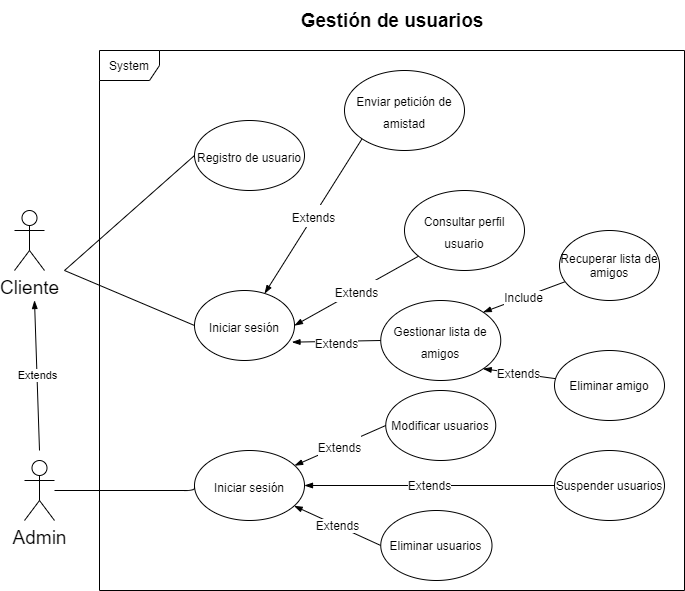
iesvi/proyecto-equipo-3 keeps this draw.io diagram as resources/DCU-gestion-usuario.png. Above is the earlier version. Source tidied: cells renumbered, new cells last; positions are measured from the earlier drawing's top-left corner, leaving out a move shared by most shapes. Source of this version:
```xml
<mxGraphModel>
  <root>
    <mxCell id="0" />
    <mxCell id="1" parent="0" />
    <mxCell id="2" value="System" style="shape=umlFrame;whiteSpace=wrap;html=1;" parent="1" vertex="1">
      <mxGeometry x="85" y="50" width="585" height="540" as="geometry" />
    </mxCell>
    <mxCell id="3" value="Gestión de usuarios" style="text;html=1;strokeColor=none;fillColor=none;align=center;verticalAlign=middle;whiteSpace=wrap;rounded=0;fontStyle=1;fontSize=19;" parent="1" vertex="1">
      <mxGeometry x="268.8" width="217.5" height="40" as="geometry" />
    </mxCell>
    <mxCell id="4" value="Cliente" style="shape=umlActor;verticalLabelPosition=bottom;verticalAlign=top;html=1;fontSize=19;" parent="1" vertex="1">
      <mxGeometry y="210" width="30" height="60" as="geometry" />
    </mxCell>
    <mxCell id="5" value="Extends" style="rounded=0;orthogonalLoop=1;jettySize=auto;html=1;endArrow=blockThin;endFill=1;endSize=6;" parent="1" edge="1">
      <mxGeometry relative="1" as="geometry">
        <mxPoint x="25" y="450" as="sourcePoint" />
        <mxPoint x="20" y="300" as="targetPoint" />
      </mxGeometry>
    </mxCell>
    <mxCell id="6" value="Admin" style="shape=umlActor;verticalLabelPosition=bottom;verticalAlign=top;html=1;outlineConnect=0;fontSize=19;" parent="1" vertex="1">
      <mxGeometry x="10" y="460" width="30" height="60" as="geometry" />
    </mxCell>
    <mxCell id="7" value="&lt;font style=&quot;font-size: 12px&quot;&gt;Registro de usuario&lt;/font&gt;" style="ellipse;whiteSpace=wrap;html=1;fontSize=19;" parent="1" vertex="1">
      <mxGeometry x="180" y="120" width="110" height="70" as="geometry" />
    </mxCell>
    <mxCell id="8" value="&lt;font style=&quot;font-size: 12px&quot;&gt;Iniciar sesión&lt;/font&gt;" style="ellipse;whiteSpace=wrap;html=1;fontSize=19;" parent="1" vertex="1">
      <mxGeometry x="180" y="290" width="100" height="70" as="geometry" />
    </mxCell>
    <mxCell id="9" value="&lt;font style=&quot;font-size: 12px&quot;&gt;Enviar petición de amistad&lt;/font&gt;" style="ellipse;whiteSpace=wrap;html=1;fontSize=19;" parent="1" vertex="1">
      <mxGeometry x="330" y="70" width="120" height="80" as="geometry" />
    </mxCell>
    <mxCell id="10" style="endArrow=none;html=1;fontSize=19;entryX=0;entryY=0.5;entryDx=0;entryDy=0;endFill=0;" parent="1" edge="1" target="7">
      <mxGeometry relative="1" as="geometry">
        <mxPoint x="50" y="270" as="sourcePoint" />
      </mxGeometry>
    </mxCell>
    <mxCell id="11" style="endArrow=none;html=1;fontSize=19;entryX=0;entryY=0.5;entryDx=0;entryDy=0;endFill=0;" parent="1" edge="1" target="8">
      <mxGeometry relative="1" as="geometry">
        <mxPoint x="50" y="270" as="sourcePoint" />
      </mxGeometry>
    </mxCell>
    <mxCell id="12" value="&lt;font style=&quot;font-size: 12px&quot;&gt;Extends&lt;/font&gt;" style="endArrow=blockThin;endSize=6;endFill=1;html=1;fontSize=19;exitX=0;exitY=1;exitDx=0;exitDy=0;" parent="1" edge="1" source="9" target="8">
      <mxGeometry relative="1" as="geometry" />
    </mxCell>
    <mxCell id="13" value="&lt;font style=&quot;font-size: 12px&quot;&gt;Iniciar sesión&lt;/font&gt;" style="ellipse;whiteSpace=wrap;html=1;fontSize=19;" parent="1" vertex="1">
      <mxGeometry x="180" y="450" width="110" height="70" as="geometry" />
    </mxCell>
    <mxCell id="14" style="endArrow=none;html=1;fontSize=19;entryX=0;entryY=0.5;entryDx=0;entryDy=0;endFill=0;" parent="1" edge="1" source="6" target="13">
      <mxGeometry relative="1" as="geometry">
        <Array as="points">
          <mxPoint x="180" y="490" />
        </Array>
      </mxGeometry>
    </mxCell>
    <mxCell id="15" value="&lt;font style=&quot;font-size: 12px&quot;&gt;Consultar perfil usuario&lt;/font&gt;" style="ellipse;whiteSpace=wrap;html=1;fontSize=19;" parent="1" vertex="1">
      <mxGeometry x="390" y="190" width="120" height="80" as="geometry" />
    </mxCell>
    <mxCell id="16" value="&lt;font style=&quot;font-size: 12px&quot;&gt;Extends&lt;/font&gt;" style="endArrow=blockThin;endSize=6;endFill=1;html=1;fontSize=19;entryX=1;entryY=0.5;entryDx=0;entryDy=0;" parent="1" edge="1" source="15" target="8">
      <mxGeometry relative="1" as="geometry" />
    </mxCell>
    <mxCell id="17" value="&lt;font style=&quot;font-size: 12px&quot;&gt;Gestionar lista de amigos&lt;/font&gt;" style="ellipse;whiteSpace=wrap;html=1;fontSize=19;" parent="1" vertex="1">
      <mxGeometry x="366.2" y="300" width="120" height="80" as="geometry" />
    </mxCell>
    <mxCell id="18" value="&lt;font style=&quot;font-size: 12px&quot;&gt;Extends&lt;/font&gt;" style="endArrow=blockThin;endSize=6;endFill=1;html=1;fontSize=19;entryX=0.975;entryY=0.738;entryDx=0;entryDy=0;exitX=0;exitY=0.5;exitDx=0;exitDy=0;entryPerimeter=0;" parent="1" edge="1" source="17" target="8">
      <mxGeometry relative="1" as="geometry" />
    </mxCell>
    <mxCell id="19" value="Modificar usuarios" style="ellipse;whiteSpace=wrap;html=1;fontSize=12;" parent="1" vertex="1">
      <mxGeometry x="371.2" y="390" width="110" height="70" as="geometry" />
    </mxCell>
    <mxCell id="20" value="&lt;font style=&quot;font-size: 12px&quot;&gt;Extends&lt;/font&gt;" style="endArrow=blockThin;endSize=6;endFill=1;html=1;fontSize=19;exitX=0;exitY=0.5;exitDx=0;exitDy=0;" parent="1" edge="1" source="19" target="13">
      <mxGeometry relative="1" as="geometry" />
    </mxCell>
    <mxCell id="21" value="Include" style="edgeStyle=none;rounded=0;jettySize=auto;html=1;endArrow=blockThin;endFill=1;endSize=6;fontSize=12;entryX=1;entryY=0;entryDx=0;entryDy=0;" parent="1" edge="1" source="22" target="17">
      <mxGeometry relative="1" as="geometry" />
    </mxCell>
    <mxCell id="22" value="Recuperar lista de amigos" style="ellipse;whiteSpace=wrap;html=1;" parent="1" vertex="1">
      <mxGeometry x="545" y="230" width="100" height="70" as="geometry" />
    </mxCell>
    <mxCell id="23" value="Extends" style="edgeStyle=none;rounded=0;jettySize=auto;html=1;endArrow=blockThin;endFill=1;endSize=6;fontSize=12;entryX=1;entryY=1;entryDx=0;entryDy=0;" parent="1" edge="1" source="24" target="17">
      <mxGeometry relative="1" as="geometry" />
    </mxCell>
    <mxCell id="24" value="Eliminar amigo" style="ellipse;whiteSpace=wrap;html=1;fontSize=12;" parent="1" vertex="1">
      <mxGeometry x="540" y="350" width="110" height="70" as="geometry" />
    </mxCell>
    <mxCell id="25" value="Extends" style="edgeStyle=none;rounded=0;jettySize=auto;html=1;endArrow=blockThin;endFill=1;endSize=6;fontSize=12;" parent="1" edge="1" source="26" target="13">
      <mxGeometry relative="1" as="geometry" />
    </mxCell>
    <mxCell id="26" value="Suspender usuarios" style="ellipse;whiteSpace=wrap;html=1;fontSize=12;" parent="1" vertex="1">
      <mxGeometry x="540" y="450" width="110" height="70" as="geometry" />
    </mxCell>
    <mxCell id="27" value="Extends" style="edgeStyle=none;rounded=0;jettySize=auto;html=1;exitX=0;exitY=0.5;exitDx=0;exitDy=0;endArrow=blockThin;endFill=1;endSize=6;fontSize=12;" parent="1" edge="1" source="28" target="13">
      <mxGeometry relative="1" as="geometry" />
    </mxCell>
    <mxCell id="28" value="Eliminar usuarios" style="ellipse;whiteSpace=wrap;html=1;fontSize=12;" parent="1" vertex="1">
      <mxGeometry x="366.2" y="510" width="111.2" height="70" as="geometry" />
    </mxCell>
  </root>
</mxGraphModel>
```
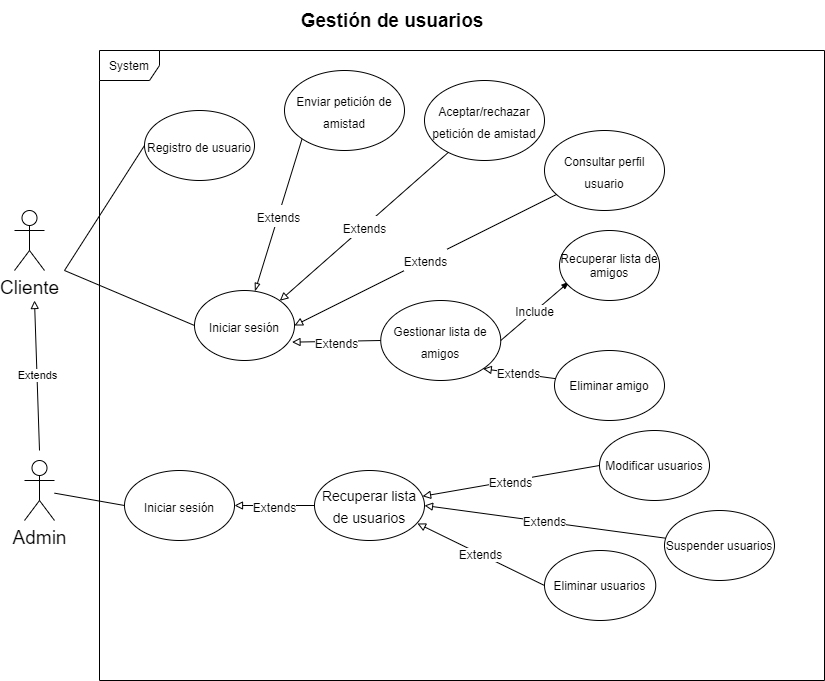
Above is the later version.

Change to the diagram source:
```diff
@@ -3,7 +3,7 @@
     <mxCell id="0" />
     <mxCell id="1" parent="0" />
     <mxCell id="2" value="System" style="shape=umlFrame;whiteSpace=wrap;html=1;" parent="1" vertex="1">
-      <mxGeometry x="85" y="50" width="585" height="540" as="geometry" />
+      <mxGeometry x="85" y="50" width="725" height="630" as="geometry" />
     </mxCell>
     <mxCell id="3" value="Gestión de usuarios" style="text;html=1;strokeColor=none;fillColor=none;align=center;verticalAlign=middle;whiteSpace=wrap;rounded=0;fontStyle=1;fontSize=19;" parent="1" vertex="1">
       <mxGeometry x="268.8" width="217.5" height="40" as="geometry" />
@@ -11,7 +11,7 @@
     <mxCell id="4" value="Cliente" style="shape=umlActor;verticalLabelPosition=bottom;verticalAlign=top;html=1;fontSize=19;" parent="1" vertex="1">
       <mxGeometry y="210" width="30" height="60" as="geometry" />
     </mxCell>
-    <mxCell id="5" value="Extends" style="rounded=0;orthogonalLoop=1;jettySize=auto;html=1;endArrow=blockThin;endFill=1;endSize=6;" parent="1" edge="1">
+    <mxCell id="5" value="Extends" style="rounded=0;orthogonalLoop=1;jettySize=auto;html=1;endArrow=block;endFill=0;endSize=6;" parent="1" edge="1">
       <mxGeometry relative="1" as="geometry">
         <mxPoint x="25" y="450" as="sourcePoint" />
         <mxPoint x="20" y="300" as="targetPoint" />
@@ -21,13 +21,13 @@
       <mxGeometry x="10" y="460" width="30" height="60" as="geometry" />
     </mxCell>
     <mxCell id="7" value="&lt;font style=&quot;font-size: 12px&quot;&gt;Registro de usuario&lt;/font&gt;" style="ellipse;whiteSpace=wrap;html=1;fontSize=19;" parent="1" vertex="1">
-      <mxGeometry x="180" y="120" width="110" height="70" as="geometry" />
+      <mxGeometry x="130" y="110" width="110" height="70" as="geometry" />
     </mxCell>
     <mxCell id="8" value="&lt;font style=&quot;font-size: 12px&quot;&gt;Iniciar sesión&lt;/font&gt;" style="ellipse;whiteSpace=wrap;html=1;fontSize=19;" parent="1" vertex="1">
       <mxGeometry x="180" y="290" width="100" height="70" as="geometry" />
     </mxCell>
     <mxCell id="9" value="&lt;font style=&quot;font-size: 12px&quot;&gt;Enviar petición de amistad&lt;/font&gt;" style="ellipse;whiteSpace=wrap;html=1;fontSize=19;" parent="1" vertex="1">
-      <mxGeometry x="330" y="70" width="120" height="80" as="geometry" />
+      <mxGeometry x="270" y="70" width="120" height="80" as="geometry" />
     </mxCell>
     <mxCell id="10" style="endArrow=none;html=1;fontSize=19;entryX=0;entryY=0.5;entryDx=0;entryDy=0;endFill=0;" parent="1" edge="1" target="7">
       <mxGeometry relative="1" as="geometry">
@@ -39,60 +39,68 @@
         <mxPoint x="50" y="270" as="sourcePoint" />
       </mxGeometry>
     </mxCell>
-    <mxCell id="12" value="&lt;font style=&quot;font-size: 12px&quot;&gt;Extends&lt;/font&gt;" style="endArrow=blockThin;endSize=6;endFill=1;html=1;fontSize=19;exitX=0;exitY=1;exitDx=0;exitDy=0;" parent="1" edge="1" source="9" target="8">
+    <mxCell id="12" value="&lt;font style=&quot;font-size: 12px&quot;&gt;Extends&lt;/font&gt;" style="endArrow=blockThin;endSize=6;endFill=0;html=1;fontSize=19;exitX=0;exitY=1;exitDx=0;exitDy=0;" parent="1" edge="1" source="9" target="8">
       <mxGeometry relative="1" as="geometry" />
     </mxCell>
     <mxCell id="13" value="&lt;font style=&quot;font-size: 12px&quot;&gt;Iniciar sesión&lt;/font&gt;" style="ellipse;whiteSpace=wrap;html=1;fontSize=19;" parent="1" vertex="1">
-      <mxGeometry x="180" y="450" width="110" height="70" as="geometry" />
+      <mxGeometry x="110" y="470" width="110" height="70" as="geometry" />
     </mxCell>
     <mxCell id="14" style="endArrow=none;html=1;fontSize=19;entryX=0;entryY=0.5;entryDx=0;entryDy=0;endFill=0;" parent="1" edge="1" source="6" target="13">
-      <mxGeometry relative="1" as="geometry">
-        <Array as="points">
-          <mxPoint x="180" y="490" />
-        </Array>
-      </mxGeometry>
+      <mxGeometry relative="1" as="geometry" />
     </mxCell>
     <mxCell id="15" value="&lt;font style=&quot;font-size: 12px&quot;&gt;Consultar perfil usuario&lt;/font&gt;" style="ellipse;whiteSpace=wrap;html=1;fontSize=19;" parent="1" vertex="1">
-      <mxGeometry x="390" y="190" width="120" height="80" as="geometry" />
+      <mxGeometry x="530" y="130" width="120" height="80" as="geometry" />
     </mxCell>
-    <mxCell id="16" value="&lt;font style=&quot;font-size: 12px&quot;&gt;Extends&lt;/font&gt;" style="endArrow=blockThin;endSize=6;endFill=1;html=1;fontSize=19;entryX=1;entryY=0.5;entryDx=0;entryDy=0;" parent="1" edge="1" source="15" target="8">
+    <mxCell id="16" value="&lt;font style=&quot;font-size: 12px&quot;&gt;Extends&lt;/font&gt;" style="endArrow=block;endSize=6;endFill=0;html=1;fontSize=19;entryX=1;entryY=0.5;entryDx=0;entryDy=0;" parent="1" edge="1" source="15" target="8">
       <mxGeometry relative="1" as="geometry" />
     </mxCell>
     <mxCell id="17" value="&lt;font style=&quot;font-size: 12px&quot;&gt;Gestionar lista de amigos&lt;/font&gt;" style="ellipse;whiteSpace=wrap;html=1;fontSize=19;" parent="1" vertex="1">
       <mxGeometry x="366.2" y="300" width="120" height="80" as="geometry" />
     </mxCell>
-    <mxCell id="18" value="&lt;font style=&quot;font-size: 12px&quot;&gt;Extends&lt;/font&gt;" style="endArrow=blockThin;endSize=6;endFill=1;html=1;fontSize=19;entryX=0.975;entryY=0.738;entryDx=0;entryDy=0;exitX=0;exitY=0.5;exitDx=0;exitDy=0;entryPerimeter=0;" parent="1" edge="1" source="17" target="8">
+    <mxCell id="18" value="&lt;font style=&quot;font-size: 12px&quot;&gt;Extends&lt;/font&gt;" style="endArrow=block;endSize=6;endFill=0;html=1;fontSize=19;entryX=0.975;entryY=0.738;entryDx=0;entryDy=0;exitX=0;exitY=0.5;exitDx=0;exitDy=0;entryPerimeter=0;" parent="1" edge="1" source="17" target="8">
       <mxGeometry relative="1" as="geometry" />
     </mxCell>
     <mxCell id="19" value="Modificar usuarios" style="ellipse;whiteSpace=wrap;html=1;fontSize=12;" parent="1" vertex="1">
-      <mxGeometry x="371.2" y="390" width="110" height="70" as="geometry" />
+      <mxGeometry x="585" y="430" width="110" height="70" as="geometry" />
     </mxCell>
-    <mxCell id="20" value="&lt;font style=&quot;font-size: 12px&quot;&gt;Extends&lt;/font&gt;" style="endArrow=blockThin;endSize=6;endFill=1;html=1;fontSize=19;exitX=0;exitY=0.5;exitDx=0;exitDy=0;" parent="1" edge="1" source="19" target="13">
+    <mxCell id="20" value="&lt;font style=&quot;font-size: 12px&quot;&gt;Extends&lt;/font&gt;" style="endArrow=block;endSize=6;endFill=0;html=1;fontSize=19;exitX=0;exitY=0.5;exitDx=0;exitDy=0;" parent="1" edge="1" source="19" target="31">
       <mxGeometry relative="1" as="geometry" />
     </mxCell>
-    <mxCell id="21" value="Include" style="edgeStyle=none;rounded=0;jettySize=auto;html=1;endArrow=blockThin;endFill=1;endSize=6;fontSize=12;entryX=1;entryY=0;entryDx=0;entryDy=0;" parent="1" edge="1" source="22" target="17">
+    <mxCell id="21" value="Include" style="edgeStyle=none;rounded=0;jettySize=auto;html=1;endArrow=blockThin;endFill=1;endSize=6;fontSize=12;entryX=0.1;entryY=0.729;entryDx=0;entryDy=0;exitX=1;exitY=0.5;exitDx=0;exitDy=0;entryPerimeter=0;" parent="1" edge="1" source="17" target="22">
       <mxGeometry relative="1" as="geometry" />
     </mxCell>
     <mxCell id="22" value="Recuperar lista de amigos" style="ellipse;whiteSpace=wrap;html=1;" parent="1" vertex="1">
       <mxGeometry x="545" y="230" width="100" height="70" as="geometry" />
     </mxCell>
-    <mxCell id="23" value="Extends" style="edgeStyle=none;rounded=0;jettySize=auto;html=1;endArrow=blockThin;endFill=1;endSize=6;fontSize=12;entryX=1;entryY=1;entryDx=0;entryDy=0;" parent="1" edge="1" source="24" target="17">
+    <mxCell id="23" value="Extends" style="edgeStyle=none;rounded=0;jettySize=auto;html=1;endArrow=block;endFill=0;endSize=6;fontSize=12;entryX=1;entryY=1;entryDx=0;entryDy=0;" parent="1" edge="1" source="24" target="17">
       <mxGeometry relative="1" as="geometry" />
     </mxCell>
     <mxCell id="24" value="Eliminar amigo" style="ellipse;whiteSpace=wrap;html=1;fontSize=12;" parent="1" vertex="1">
       <mxGeometry x="540" y="350" width="110" height="70" as="geometry" />
     </mxCell>
-    <mxCell id="25" value="Extends" style="edgeStyle=none;rounded=0;jettySize=auto;html=1;endArrow=blockThin;endFill=1;endSize=6;fontSize=12;" parent="1" edge="1" source="26" target="13">
+    <mxCell id="25" value="Extends" style="edgeStyle=none;rounded=0;jettySize=auto;html=1;endArrow=block;endFill=0;endSize=6;fontSize=12;entryX=1;entryY=0.5;entryDx=0;entryDy=0;" parent="1" edge="1" source="26" target="31">
       <mxGeometry relative="1" as="geometry" />
     </mxCell>
     <mxCell id="26" value="Suspender usuarios" style="ellipse;whiteSpace=wrap;html=1;fontSize=12;" parent="1" vertex="1">
-      <mxGeometry x="540" y="450" width="110" height="70" as="geometry" />
+      <mxGeometry x="650" y="510" width="110" height="70" as="geometry" />
     </mxCell>
-    <mxCell id="27" value="Extends" style="edgeStyle=none;rounded=0;jettySize=auto;html=1;exitX=0;exitY=0.5;exitDx=0;exitDy=0;endArrow=blockThin;endFill=1;endSize=6;fontSize=12;" parent="1" edge="1" source="28" target="13">
+    <mxCell id="27" value="Extends" style="edgeStyle=none;rounded=0;jettySize=auto;html=1;exitX=0;exitY=0.5;exitDx=0;exitDy=0;endArrow=block;endFill=0;endSize=6;fontSize=12;entryX=0.936;entryY=0.757;entryDx=0;entryDy=0;entryPerimeter=0;" parent="1" edge="1" source="28" target="31">
       <mxGeometry relative="1" as="geometry" />
     </mxCell>
     <mxCell id="28" value="Eliminar usuarios" style="ellipse;whiteSpace=wrap;html=1;fontSize=12;" parent="1" vertex="1">
-      <mxGeometry x="366.2" y="510" width="111.2" height="70" as="geometry" />
+      <mxGeometry x="530" y="550" width="111.2" height="70" as="geometry" />
     </mxCell>
+    <mxCell id="29" value="&lt;font style=&quot;font-size: 12px&quot;&gt;Aceptar/rechazar petición de amistad&lt;/font&gt;" style="ellipse;whiteSpace=wrap;html=1;fontSize=19;" parent="1" vertex="1">
+      <mxGeometry x="410" y="80" width="120" height="80" as="geometry" />
+    </mxCell>
+    <mxCell id="30" value="&lt;font style=&quot;font-size: 12px&quot;&gt;Extends&lt;/font&gt;" style="endArrow=block;endSize=6;endFill=0;html=1;fontSize=19;entryX=1;entryY=0;entryDx=0;entryDy=0;" parent="1" edge="1" source="29" target="8">
+      <mxGeometry relative="1" as="geometry" />
+    </mxCell>
+    <mxCell id="31" value="&lt;font style=&quot;font-size: 14px&quot;&gt;Recuperar lista de usuarios&lt;br&gt;&lt;/font&gt;" style="ellipse;whiteSpace=wrap;html=1;fontSize=19;" parent="1" vertex="1">
+      <mxGeometry x="300" y="470" width="110" height="70" as="geometry" />
+    </mxCell>
+    <mxCell id="32" value="&lt;font style=&quot;font-size: 12px&quot;&gt;Extends&lt;/font&gt;" style="endArrow=block;endSize=6;endFill=0;html=1;fontSize=19;" parent="1" edge="1" source="31" target="13">
+      <mxGeometry relative="1" as="geometry" />
+    </mxCell>
   </root>
 </mxGraphModel>
```
